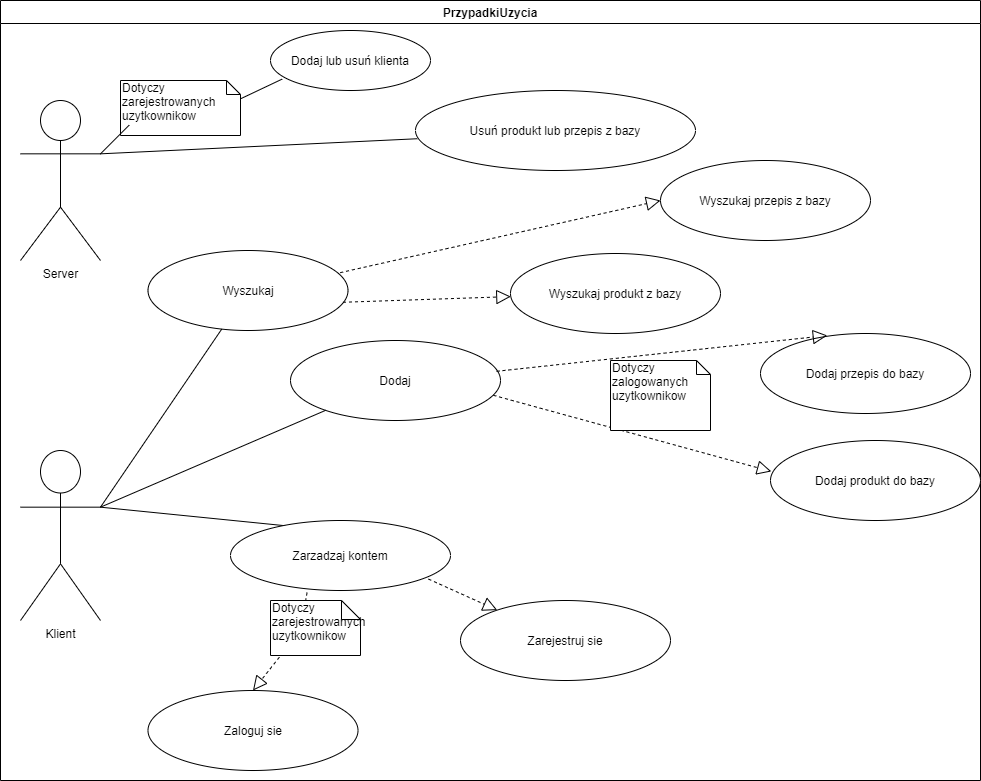
aniauli/inzynieriaOprogramowania keeps this draw.io diagram as PrzypadkiUzyciaDiagram.png. Above is the earlier version. Source tidied: cells renumbered, new cells last; positions are measured from the earlier drawing's top-left corner, leaving out a move shared by most shapes.
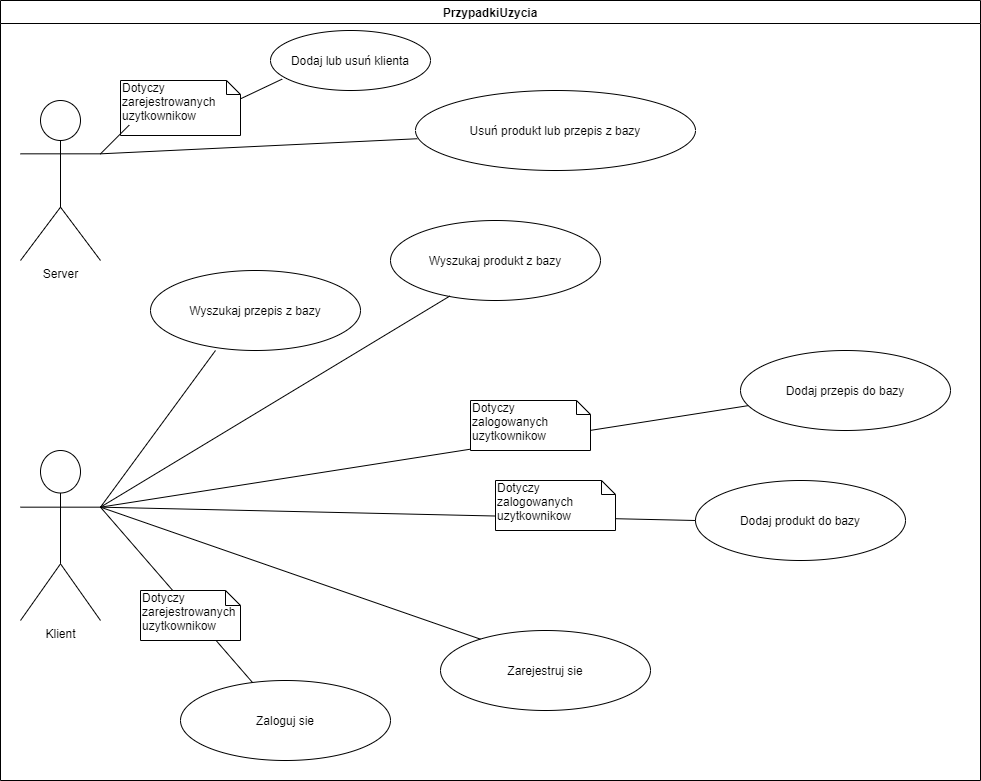
After the commit.

Change to the diagram source:
```diff
@@ -29,69 +29,52 @@
     <mxCell id="10" style="endArrow=none;html=1;exitX=1;exitY=0.3333333333333333;exitDx=0;exitDy=0;exitPerimeter=0;entryX=0.006;entryY=0.603;entryDx=0;entryDy=0;entryPerimeter=0;" parent="2" edge="1" source="3" target="9">
       <mxGeometry relative="1" as="geometry" />
     </mxCell>
-    <mxCell id="11" value="Wyszukaj" style="ellipse;whiteSpace=wrap;html=1;align=center;newEdgeStyle={&quot;edgeStyle&quot;:&quot;entityRelationEdgeStyle&quot;,&quot;startArrow&quot;:&quot;none&quot;,&quot;endArrow&quot;:&quot;none&quot;,&quot;segment&quot;:10,&quot;curved&quot;:1};" parent="2" vertex="1">
-      <mxGeometry x="147.5" y="250" width="200" height="80" as="geometry" />
-    </mxCell>
-    <mxCell id="12" style="endArrow=none;html=1;exitX=1;exitY=0.3333333333333333;exitDx=0;exitDy=0;exitPerimeter=0;" parent="2" edge="1" source="4" target="11">
-      <mxGeometry relative="1" as="geometry" />
-    </mxCell>
     <mxCell id="13" value="Wyszukaj przepis z bazy" style="ellipse;whiteSpace=wrap;html=1;align=center;newEdgeStyle={&quot;edgeStyle&quot;:&quot;entityRelationEdgeStyle&quot;,&quot;startArrow&quot;:&quot;none&quot;,&quot;endArrow&quot;:&quot;none&quot;,&quot;segment&quot;:10,&quot;curved&quot;:1};" parent="2" vertex="1">
-      <mxGeometry x="660" y="160" width="210" height="80" as="geometry" />
+      <mxGeometry x="150" y="270" width="210" height="80" as="geometry" />
     </mxCell>
-    <mxCell id="14" value="Dodaj" style="ellipse;whiteSpace=wrap;html=1;align=center;newEdgeStyle={&quot;edgeStyle&quot;:&quot;entityRelationEdgeStyle&quot;,&quot;startArrow&quot;:&quot;none&quot;,&quot;endArrow&quot;:&quot;none&quot;,&quot;segment&quot;:10,&quot;curved&quot;:1};" parent="2" vertex="1">
-      <mxGeometry x="290" y="340" width="210" height="80" as="geometry" />
-    </mxCell>
     <mxCell id="15" value="Dodaj przepis&amp;nbsp;do bazy" style="ellipse;whiteSpace=wrap;html=1;align=center;newEdgeStyle={&quot;edgeStyle&quot;:&quot;entityRelationEdgeStyle&quot;,&quot;startArrow&quot;:&quot;none&quot;,&quot;endArrow&quot;:&quot;none&quot;,&quot;segment&quot;:10,&quot;curved&quot;:1};" parent="2" vertex="1">
-      <mxGeometry x="760" y="333" width="210" height="80" as="geometry" />
+      <mxGeometry x="740" y="350" width="210" height="80" as="geometry" />
     </mxCell>
-    <mxCell id="16" style="endArrow=none;html=1;exitX=1;exitY=0.3333333333333333;exitDx=0;exitDy=0;exitPerimeter=0;" parent="2" edge="1" source="4" target="14">
-      <mxGeometry relative="1" as="geometry" />
-    </mxCell>
-    <mxCell id="17" style="endArrow=block;dashed=1;endFill=0;endSize=12;html=1;entryX=0;entryY=0.5;entryDx=0;entryDy=0;exitX=0.961;exitY=0.277;exitDx=0;exitDy=0;exitPerimeter=0;" parent="2" edge="1" source="11" target="13">
-      <mxGeometry relative="1" as="geometry" />
-    </mxCell>
     <mxCell id="18" value="Wyszukaj produkt z bazy" style="ellipse;whiteSpace=wrap;html=1;align=center;newEdgeStyle={&quot;edgeStyle&quot;:&quot;entityRelationEdgeStyle&quot;,&quot;startArrow&quot;:&quot;none&quot;,&quot;endArrow&quot;:&quot;none&quot;,&quot;segment&quot;:10,&quot;curved&quot;:1};" parent="2" vertex="1">
-      <mxGeometry x="510" y="253" width="210" height="80" as="geometry" />
+      <mxGeometry x="390" y="220" width="210" height="80" as="geometry" />
     </mxCell>
-    <mxCell id="19" style="endArrow=block;dashed=1;endFill=0;endSize=12;html=1;exitX=0.975;exitY=0.647;exitDx=0;exitDy=0;exitPerimeter=0;" parent="2" edge="1" source="11" target="18">
-      <mxGeometry relative="1" as="geometry" />
-    </mxCell>
-    <mxCell id="20" style="endArrow=block;dashed=1;endFill=0;endSize=12;html=1;entryX=0.318;entryY=0.025;entryDx=0;entryDy=0;entryPerimeter=0;exitX=0.981;exitY=0.385;exitDx=0;exitDy=0;exitPerimeter=0;" parent="2" edge="1" source="14" target="15">
-      <mxGeometry relative="1" as="geometry" />
-    </mxCell>
     <mxCell id="21" value="Dodaj produkt do bazy" style="ellipse;whiteSpace=wrap;html=1;align=center;newEdgeStyle={&quot;edgeStyle&quot;:&quot;entityRelationEdgeStyle&quot;,&quot;startArrow&quot;:&quot;none&quot;,&quot;endArrow&quot;:&quot;none&quot;,&quot;segment&quot;:10,&quot;curved&quot;:1};" parent="2" vertex="1">
-      <mxGeometry x="770" y="440" width="210" height="80" as="geometry" />
+      <mxGeometry x="695" y="480" width="210" height="80" as="geometry" />
     </mxCell>
-    <mxCell id="22" style="endArrow=block;dashed=1;endFill=0;endSize=12;html=1;entryX=0.004;entryY=0.387;entryDx=0;entryDy=0;entryPerimeter=0;exitX=0.966;exitY=0.685;exitDx=0;exitDy=0;exitPerimeter=0;" parent="2" edge="1" source="14" target="21">
-      <mxGeometry relative="1" as="geometry" />
-    </mxCell>
-    <mxCell id="23" style="endArrow=none;html=1;entryX=1;entryY=0.3333333333333333;entryDx=0;entryDy=0;entryPerimeter=0;exitX=0.275;exitY=0.083;exitDx=0;exitDy=0;exitPerimeter=0;" parent="2" edge="1" source="24" target="4">
-      <mxGeometry relative="1" as="geometry" />
-    </mxCell>
-    <mxCell id="24" value="Zarzadzaj kontem" style="ellipse;whiteSpace=wrap;html=1;" parent="2" vertex="1">
-      <mxGeometry x="230" y="520" width="220" height="70" as="geometry" />
-    </mxCell>
-    <mxCell id="25" style="endArrow=block;dashed=1;endFill=0;endSize=12;html=1;exitX=0.9;exitY=0.837;exitDx=0;exitDy=0;exitPerimeter=0;" parent="2" edge="1" source="24" target="26">
-      <mxGeometry relative="1" as="geometry" />
-    </mxCell>
     <mxCell id="26" value="Zarejestruj sie" style="ellipse;whiteSpace=wrap;html=1;align=center;newEdgeStyle={&quot;edgeStyle&quot;:&quot;entityRelationEdgeStyle&quot;,&quot;startArrow&quot;:&quot;none&quot;,&quot;endArrow&quot;:&quot;none&quot;,&quot;segment&quot;:10,&quot;curved&quot;:1};" parent="2" vertex="1">
-      <mxGeometry x="460" y="600" width="210" height="80" as="geometry" />
+      <mxGeometry x="440" y="630" width="210" height="80" as="geometry" />
     </mxCell>
     <mxCell id="27" value="Zaloguj sie" style="ellipse;whiteSpace=wrap;html=1;align=center;newEdgeStyle={&quot;edgeStyle&quot;:&quot;entityRelationEdgeStyle&quot;,&quot;startArrow&quot;:&quot;none&quot;,&quot;endArrow&quot;:&quot;none&quot;,&quot;segment&quot;:10,&quot;curved&quot;:1};" parent="2" vertex="1">
-      <mxGeometry x="147.5" y="690" width="210" height="80" as="geometry" />
+      <mxGeometry x="180" y="680" width="210" height="80" as="geometry" />
     </mxCell>
-    <mxCell id="28" style="endArrow=block;dashed=1;endFill=0;endSize=12;html=1;exitX=0.348;exitY=1.031;exitDx=0;exitDy=0;exitPerimeter=0;entryX=0.5;entryY=0;entryDx=0;entryDy=0;" parent="2" edge="1" source="24" target="27">
-      <mxGeometry relative="1" as="geometry">
-        <Array as="points">
-          <mxPoint x="300" y="630" />
-        </Array>
-      </mxGeometry>
-    </mxCell>
+    <mxCell id="31" style="endArrow=none;html=1;exitX=1;exitY=0.3333333333333333;exitDx=0;exitDy=0;exitPerimeter=0;" parent="2" edge="1" source="4">
+      <mxGeometry relative="1" as="geometry">
+        <mxPoint x="215" y="350" as="targetPoint" />
+      </mxGeometry>
+    </mxCell>
+    <mxCell id="32" style="endArrow=none;html=1;exitX=1;exitY=0.3333333333333333;exitDx=0;exitDy=0;exitPerimeter=0;entryX=0.284;entryY=0.942;entryDx=0;entryDy=0;entryPerimeter=0;" parent="2" edge="1" source="4" target="18">
+      <mxGeometry relative="1" as="geometry" />
+    </mxCell>
+    <mxCell id="33" style="endArrow=none;html=1;exitX=1;exitY=0.3333333333333333;exitDx=0;exitDy=0;exitPerimeter=0;" parent="2" edge="1" source="4" target="15">
+      <mxGeometry relative="1" as="geometry" />
+    </mxCell>
     <mxCell id="29" value="Dotyczy zalogowanych uzytkownikow" style="shape=note;whiteSpace=wrap;html=1;size=14;verticalAlign=top;align=left;spacingTop=-6;" parent="2" vertex="1">
-      <mxGeometry x="610" y="360" width="100" height="70" as="geometry" />
+      <mxGeometry x="470" y="400" width="120" height="50" as="geometry" />
     </mxCell>
+    <mxCell id="34" style="endArrow=none;html=1;exitX=1;exitY=0.3333333333333333;exitDx=0;exitDy=0;exitPerimeter=0;entryX=0;entryY=0.5;entryDx=0;entryDy=0;" parent="2" edge="1" source="4" target="21">
+      <mxGeometry relative="1" as="geometry" />
+    </mxCell>
+    <mxCell id="35" value="Dotyczy zalogowanych uzytkownikow" style="shape=note;whiteSpace=wrap;html=1;size=14;verticalAlign=top;align=left;spacingTop=-6;" parent="2" vertex="1">
+      <mxGeometry x="495" y="480" width="120" height="50" as="geometry" />
+    </mxCell>
+    <mxCell id="36" style="endArrow=none;html=1;exitX=1;exitY=0.3333333333333333;exitDx=0;exitDy=0;exitPerimeter=0;entryX=0.19;entryY=0.108;entryDx=0;entryDy=0;entryPerimeter=0;" parent="2" edge="1" source="4" target="26">
+      <mxGeometry relative="1" as="geometry" />
+    </mxCell>
+    <mxCell id="37" style="endArrow=none;html=1;entryX=1;entryY=0.3333333333333333;entryDx=0;entryDy=0;entryPerimeter=0;" parent="2" edge="1" source="27" target="4">
+      <mxGeometry relative="1" as="geometry" />
+    </mxCell>
-    <mxCell id="30" value="Dotyczy zarejestrowanych uzytkownikow&lt;br&gt;" style="shape=note;whiteSpace=wrap;html=1;size=19;verticalAlign=top;align=left;spacingTop=-6;" parent="2" vertex="1">
-      <mxGeometry x="270" y="600" width="90" height="55" as="geometry" />
+    <mxCell id="30" value="Dotyczy zarejestrowanych uzytkownikow&lt;br&gt;" style="shape=note;whiteSpace=wrap;html=1;size=15;verticalAlign=top;align=left;spacingTop=-6;" parent="2" vertex="1">
+      <mxGeometry x="140" y="590" width="100" height="50" as="geometry" />
     </mxCell>
   </root>
 </mxGraphModel>
```
